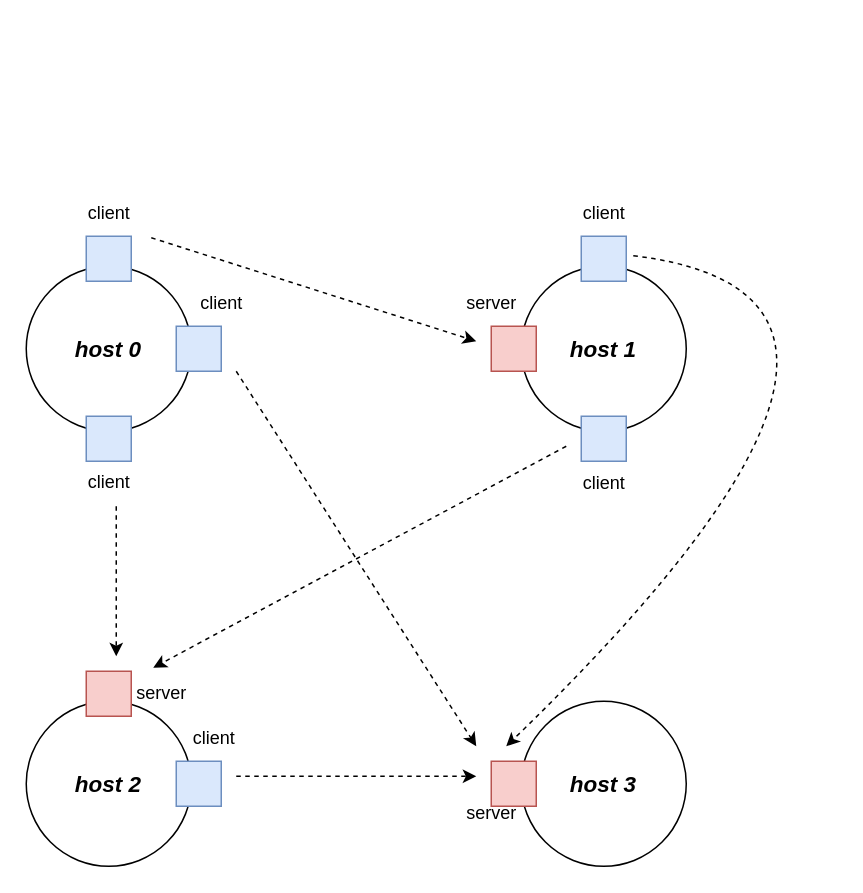
Above: _draws/rdma_sync.drawio in segzix/segzix.github.io (draw.io), before the change. Source tidied: cells renumbered, new cells numbered last; positions are measured from the earlier drawing's top-left corner, leaving out a move shared by most shapes. Both pictures are drawn from the tidied source at 150%, with x=0, y=0 at pixel (26, 190).
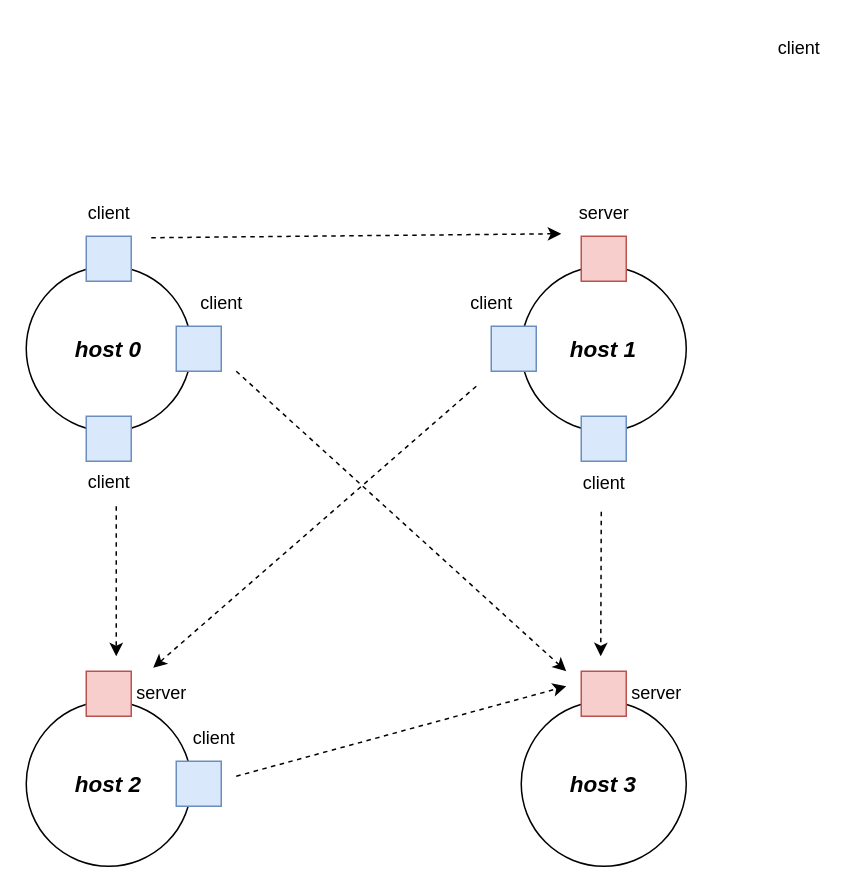
Above is the later version.

Unchanged cells that the change refers to:
```xml
<mxCell id="11" value="client" style="text;html=1;align=center;verticalAlign=middle;points=[];strokeColor=none;fillColor=none;" parent="1" vertex="1">
  <mxGeometry x="30" width="50" height="30" as="geometry" />
</mxCell>
<mxCell id="16" value="server" style="text;html=1;align=center;verticalAlign=middle;points=[];strokeColor=none;fillColor=none;" parent="1" vertex="1">
  <mxGeometry x="60" y="320" width="60" height="30" as="geometry" />
</mxCell>
<mxCell id="20" value="client" style="text;html=1;align=center;verticalAlign=middle;points=[];strokeColor=none;fillColor=none;" parent="1" vertex="1">
  <mxGeometry x="360" y="180" width="50" height="30" as="geometry" />
</mxCell>
```

The edit, as a diff of the source:
```diff
@@
     <mxCell id="8" style="verticalLabelPosition=bottom;verticalAlign=top;html=1;shape=mxgraph.basic.rect;fillColor2=none;strokeWidth=1;size=0;indent=5;fillColor=#f8cecc;strokeColor=#b85450;" parent="1" vertex="1">
-      <mxGeometry x="310" y="90" width="30" height="30" as="geometry" />
+      <mxGeometry x="370" y="30" width="30" height="30" as="geometry" />
     </mxCell>
@@
-    <mxCell id="13" style="endArrow=classic;html=1;rounded=0;dashed=1;exitX=1.067;exitY=1.033;exitDx=0;exitDy=0;exitPerimeter=0;" parent="1" edge="1" source="11">
-      <mxGeometry relative="1" as="geometry">
-        <mxPoint x="300" y="100" as="targetPoint" />
-      </mxGeometry>
+    <mxCell id="13" style="endArrow=classic;html=1;rounded=0;dashed=1;exitX=1.067;exitY=1.033;exitDx=0;exitDy=0;exitPerimeter=0;entryX=0.028;entryY=0.944;entryDx=0;entryDy=0;entryPerimeter=0;" parent="1" edge="1" source="11" target="14">
+      <mxGeometry relative="1" as="geometry" />
     </mxCell>
     <mxCell id="14" value="server" style="text;html=1;align=center;verticalAlign=middle;points=[];strokeColor=none;fillColor=none;" parent="1" vertex="1">
-      <mxGeometry x="280" y="60" width="60" height="30" as="geometry" />
+      <mxGeometry x="355" width="60" height="30" as="geometry" />
     </mxCell>
@@
     <mxCell id="18" style="verticalLabelPosition=bottom;verticalAlign=top;html=1;shape=mxgraph.basic.rect;fillColor2=none;strokeWidth=1;size=0;indent=5;fillColor=#dae8fc;strokeColor=#6c8ebf;" parent="1" vertex="1">
-      <mxGeometry x="370" y="30" width="30" height="30" as="geometry" />
+      <mxGeometry x="310" y="90" width="30" height="30" as="geometry" />
     </mxCell>
     <mxCell id="19" value="client" style="text;html=1;align=center;verticalAlign=middle;strokeColor=none;fillColor=none;" parent="1" vertex="1">
-      <mxGeometry x="360" width="50" height="30" as="geometry" />
+      <mxGeometry x="490" y="-110" width="50" height="30" as="geometry" />
     </mxCell>
@@
     <mxCell id="23" style="verticalLabelPosition=bottom;verticalAlign=top;html=1;shape=mxgraph.basic.rect;fillColor2=none;strokeWidth=1;size=0;indent=5;fillColor=#f8cecc;strokeColor=#b85450;" parent="1" vertex="1">
-      <mxGeometry x="310" y="380" width="30" height="30" as="geometry" />
+      <mxGeometry x="370" y="320" width="30" height="30" as="geometry" />
     </mxCell>
     <mxCell id="24" value="server" style="text;html=1;align=center;verticalAlign=middle;strokeColor=none;fillColor=none;" parent="1" vertex="1">
-      <mxGeometry x="280" y="400" width="60" height="30" as="geometry" />
+      <mxGeometry x="390" y="320" width="60" height="30" as="geometry" />
     </mxCell>
     <mxCell id="25" style="endArrow=classic;html=1;rounded=0;dashed=1;" parent="1" edge="1">
       <mxGeometry relative="1" as="geometry">
         <mxPoint x="140" y="120" as="sourcePoint" />
-        <mxPoint x="300" y="370" as="targetPoint" />
+        <mxPoint x="360" y="320" as="targetPoint" />
       </mxGeometry>
     </mxCell>
-    <mxCell id="26" style="endArrow=classic;html=1;rounded=0;dashed=1;curved=1;exitX=1.156;exitY=0.433;exitDx=0;exitDy=0;exitPerimeter=0;" parent="1" edge="1" source="18">
-      <mxGeometry relative="1" as="geometry">
-        <mxPoint x="320" y="370" as="targetPoint" />
-        <Array as="points">
-          <mxPoint x="630" y="70" />
-        </Array>
-      </mxGeometry>
-    </mxCell>
     <mxCell id="27" style="endArrow=classic;html=1;rounded=0;dashed=1;" parent="1" edge="1">
       <mxGeometry relative="1" as="geometry">
         <mxPoint x="140" y="390" as="sourcePoint" />
-        <mxPoint x="300" y="390" as="targetPoint" />
+        <mxPoint x="360" y="330" as="targetPoint" />
       </mxGeometry>
     </mxCell>
     <mxCell id="28" style="endArrow=classic;html=1;rounded=0;dashed=1;entryX=0.411;entryY=-0.078;entryDx=0;entryDy=0;entryPerimeter=0;" parent="1" edge="1" target="16">
       <mxGeometry relative="1" as="geometry">
-        <mxPoint x="360" y="170" as="sourcePoint" />
+        <mxPoint x="300" y="130" as="sourcePoint" />
       </mxGeometry>
     </mxCell>
+    <mxCell id="29" value="client" style="text;html=1;align=center;verticalAlign=middle;strokeColor=none;fillColor=none;" parent="1" vertex="1">
+      <mxGeometry x="285" y="60" width="50" height="30" as="geometry" />
+    </mxCell>
+    <mxCell id="30" style="endArrow=classic;html=1;rounded=0;dashed=1;exitX=0.467;exitY=1.122;exitDx=0;exitDy=0;exitPerimeter=0;" parent="1" edge="1" source="20">
+      <mxGeometry relative="1" as="geometry">
+        <mxPoint x="383" y="310" as="targetPoint" />
+      </mxGeometry>
+    </mxCell>
```
